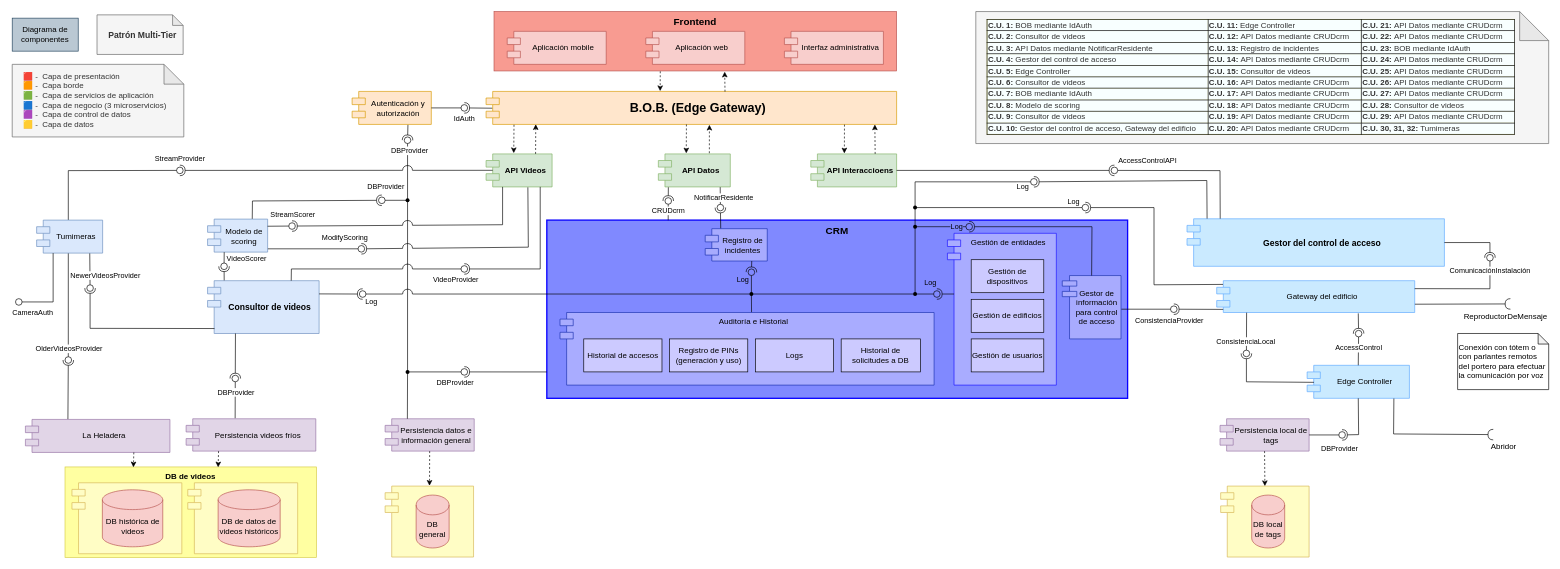
The draw.io diagram Documentación de la arquitectura/Diagramas/Editables-drawio/Diagrama-de-componentes - con tumimeras.drawio in LIMoreno04/Caso-de-estudio---WolfSys---Arquitectura, before the edit. Source tidied: cells renumbered, new cells numbered last; positions are measured from the earlier drawing's top-left corner, leaving out a move shared by most shapes. Both pictures are drawn from the tidied source at 66%, with x=0, y=0 at pixel (12, 11).
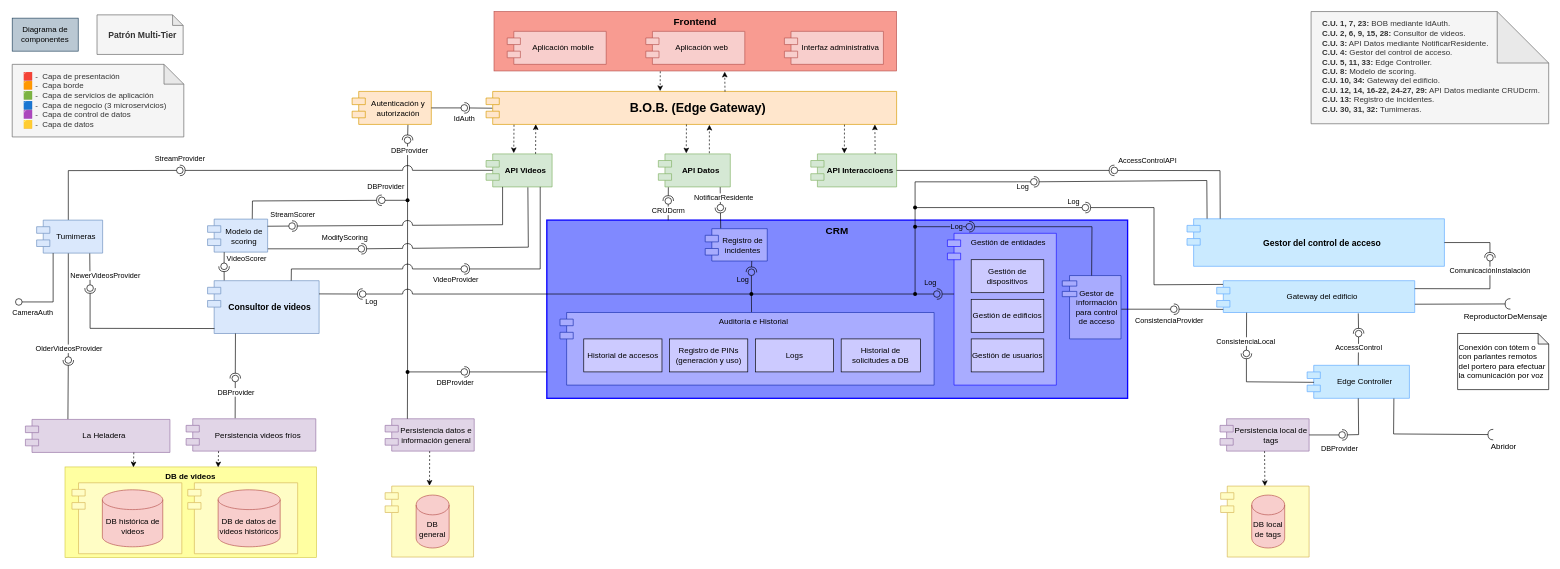
Above is the later version.

Commit message (it also covers changes not shown here):
simplificada la tabla de c.u.s en diagrama de componentes.

What changed in the source:
```diff
@@
-    <mxCell id="113" value="&lt;table style=&quot;border: 1px solid rgb(0, 0, 0); border-collapse: collapse; background-color: rgb(255, 255, 153);&quot; border=&quot;1&quot;&gt;&lt;tbody&gt;&lt;tr&gt;&lt;td style=&quot;border-collapse: collapse; border-color: rgb(0, 0, 0); background-color: light-dark(rgb(248, 255, 255), rgb(31, 31, 0));&quot; border=&quot;1&quot;&gt;&lt;span style=&quot;&quot;&gt;&lt;b style=&quot;&quot;&gt;C.U. 1&lt;span style=&quot;&quot;&gt;:&lt;/span&gt;&lt;/b&gt;&lt;span style=&quot;&quot;&gt;&amp;nbsp;BOB mediante IdAuth&lt;/span&gt;&lt;/span&gt;&lt;/td&gt;&lt;td style=&quot;background-color: light-dark(rgb(248, 255, 255), rgb(31, 31, 0));&quot;&gt;&lt;span style=&quot;&quot;&gt;&lt;b style=&quot;&quot;&gt;C.U. 11:&lt;/b&gt;&lt;span&gt;&amp;nbsp;Edge Controller&lt;/span&gt;&lt;/span&gt;&lt;/td&gt;&lt;td style=&quot;background-color: light-dark(rgb(248, 255, 255), rgb(31, 31, 0));&quot;&gt;&lt;span style=&quot;&quot;&gt;&lt;span&gt;&lt;b style=&quot;&quot;&gt;C.U&lt;span style=&quot;&quot;&gt;. 21:&amp;nbsp;&lt;/span&gt;&lt;/b&gt;&lt;span&gt;API Datos mediante CRUDc&lt;/span&gt;&lt;span style=&quot;&quot;&gt;r&lt;/span&gt;m&amp;nbsp; &lt;/span&gt;&amp;nbsp; &amp;nbsp;&lt;/span&gt;&lt;/td&gt;&lt;/tr&gt;&lt;tr&gt;&lt;td style=&quot;background-color: light-dark(rgb(248, 255, 255), rgb(31, 31, 0));&quot;&gt;&lt;span style=&quot;&quot;&gt;&lt;b&gt;C.U. 2:&lt;/b&gt;&amp;nbsp;Consultor de videos&lt;/span&gt;&lt;/td&gt;&lt;td style=&quot;background-color: light-dark(rgb(248, 255, 255), rgb(31, 31, 0));&quot;&gt;&lt;span style=&quot;&quot;&gt;&lt;b&gt;C.U. 12:&lt;/b&gt;&lt;span&gt;&amp;nbsp;&lt;/span&gt;&lt;span&gt;API Datos mediante CRUDcrm&amp;nbsp; &amp;nbsp; &amp;nbsp;&lt;/span&gt;&lt;/span&gt;&lt;/td&gt;&lt;td style=&quot;background-color: light-dark(rgb(248, 255, 255), rgb(31, 31, 0));&quot;&gt;&lt;span style=&quot;&quot;&gt;&lt;b style=&quot;&quot;&gt;C.U. 22:&lt;/b&gt;&amp;nbsp;&lt;span&gt;API Datos mediante CRUDcrm&lt;/span&gt;&lt;/span&gt;&lt;/td&gt;&lt;/tr&gt;&lt;tr&gt;&lt;td style=&quot;background-color: light-dark(rgb(248, 255, 255), rgb(31, 31, 0));&quot;&gt;&lt;span style=&quot;&quot;&gt;&lt;b&gt;C.U. 3:&lt;/b&gt;&amp;nbsp;API Datos mediante &lt;span&gt;NotificarResidente&lt;/span&gt;&lt;/span&gt;&lt;/td&gt;&lt;td style=&quot;background-color: light-dark(rgb(248, 255, 255), rgb(31, 31, 0));&quot;&gt;&lt;span style=&quot;&quot;&gt;&lt;b&gt;C.U. 13:&lt;/b&gt;&lt;span&gt;&amp;nbsp;Registro de incidentes&lt;/span&gt;&lt;/span&gt;&lt;/td&gt;&lt;td style=&quot;background-color: light-dark(rgb(248, 255, 255), rgb(31, 31, 0));&quot;&gt;&lt;span style=&quot;&quot;&gt;&lt;b style=&quot;&quot;&gt;C.U. 23:&lt;/b&gt;&amp;nbsp;&lt;span&gt;BOB mediante IdAuth&lt;/span&gt;&lt;/span&gt;&lt;/td&gt;&lt;/tr&gt;&lt;tr&gt;&lt;td style=&quot;background-color: light-dark(rgb(248, 255, 255), rgb(31, 31, 0));&quot;&gt;&lt;span style=&quot;&quot;&gt;&lt;b&gt;C.U. 4:&lt;/b&gt;&amp;nbsp;Gestor del control de acceso&lt;/span&gt;&lt;/td&gt;&lt;td style=&quot;border-collapse: collapse; background-color: light-dark(rgb(248, 255, 255), rgb(31, 31, 0));&quot; border=&quot;1&quot;&gt;&lt;span style=&quot;&quot;&gt;&lt;b&gt;C.U. 14:&lt;/b&gt;&lt;span&gt;&amp;nbsp;API Datos mediante CRUDcrm&lt;/span&gt;&lt;/span&gt;&lt;/td&gt;&lt;td style=&quot;background-color: light-dark(rgb(248, 255, 255), rgb(31, 31, 0));&quot;&gt;&lt;span style=&quot;&quot;&gt;&lt;b style=&quot;&quot;&gt;C.U. 24:&lt;/b&gt;&amp;nbsp;&lt;span&gt;API Datos mediante CRUDcrm&lt;/span&gt;&lt;/span&gt;&lt;/td&gt;&lt;/tr&gt;&lt;tr&gt;&lt;td style=&quot;background-color: light-dark(rgb(248, 255, 255), rgb(31, 31, 0));&quot;&gt;&lt;span style=&quot;&quot;&gt;&lt;b&gt;C.U. 5:&lt;/b&gt;&amp;nbsp;Edge Controller&lt;/span&gt;&lt;/td&gt;&lt;td style=&quot;background-color: light-dark(rgb(248, 255, 255), rgb(31, 31, 0));&quot;&gt;&lt;span style=&quot;&quot;&gt;&lt;b&gt;C.U. 15:&lt;/b&gt;&lt;span&gt;&amp;nbsp;Consultor de videos&lt;/span&gt;&lt;/span&gt;&lt;/td&gt;&lt;td style=&quot;background-color: light-dark(rgb(248, 255, 255), rgb(31, 31, 0));&quot;&gt;&lt;span style=&quot;&quot;&gt;&lt;b style=&quot;&quot;&gt;C.U. 25:&lt;/b&gt;&amp;nbsp;&lt;span&gt;API Datos mediante CRUDcrm&lt;/span&gt;&lt;/span&gt;&lt;/td&gt;&lt;/tr&gt;&lt;tr&gt;&lt;td style=&quot;background-color: light-dark(rgb(248, 255, 255), rgb(31, 31, 0));&quot;&gt;&lt;span style=&quot;&quot;&gt;&lt;b&gt;C.U. 6:&lt;/b&gt;&amp;nbsp;Consultor de videos&lt;/span&gt;&lt;/td&gt;&lt;td style=&quot;background-color: light-dark(rgb(248, 255, 255), rgb(31, 31, 0));&quot;&gt;&lt;span style=&quot;&quot;&gt;&lt;b&gt;C.U. 16:&lt;/b&gt;&lt;span&gt;&amp;nbsp;API Datos mediante CRUDcrm&lt;/span&gt;&lt;/span&gt;&lt;/td&gt;&lt;td style=&quot;background-color: light-dark(rgb(248, 255, 255), rgb(31, 31, 0));&quot;&gt;&lt;span style=&quot;&quot;&gt;&lt;b style=&quot;&quot;&gt;C.U. 26:&lt;/b&gt;&amp;nbsp;&lt;span&gt;API Datos mediante CRUDcrm&lt;/span&gt;&lt;/span&gt;&lt;/td&gt;&lt;/tr&gt;&lt;tr&gt;&lt;td style=&quot;background-color: light-dark(rgb(248, 255, 255), rgb(31, 31, 0));&quot;&gt;&lt;span style=&quot;&quot;&gt;&lt;b&gt;C.U. 7:&lt;/b&gt;&amp;nbsp;&lt;span&gt;BOB mediante IdAuth&lt;/span&gt;&lt;/span&gt;&lt;/td&gt;&lt;td style=&quot;background-color: light-dark(rgb(248, 255, 255), rgb(31, 31, 0));&quot;&gt;&lt;span style=&quot;&quot;&gt;&lt;b&gt;C.U. 17:&lt;/b&gt;&lt;span&gt;&amp;nbsp;API Datos mediante CRUDcrm&lt;/span&gt;&lt;/span&gt;&lt;/td&gt;&lt;td style=&quot;background-color: light-dark(rgb(248, 255, 255), rgb(31, 31, 0));&quot;&gt;&lt;span style=&quot;&quot;&gt;&lt;b style=&quot;&quot;&gt;C.U. 27:&lt;/b&gt;&amp;nbsp;&lt;span&gt;API Datos mediante CRUDcrm&lt;/span&gt;&lt;/span&gt;&lt;/td&gt;&lt;/tr&gt;&lt;tr&gt;&lt;td style=&quot;background-color: light-dark(rgb(248, 255, 255), rgb(31, 31, 0));&quot;&gt;&lt;span style=&quot;&quot;&gt;&lt;b&gt;C.U. 8:&lt;/b&gt;&amp;nbsp;Modelo de scoring&lt;/span&gt;&lt;/td&gt;&lt;td style=&quot;background-color: light-dark(rgb(248, 255, 255), rgb(31, 31, 0));&quot;&gt;&lt;span style=&quot;&quot;&gt;&lt;b&gt;C.U. 18:&lt;/b&gt;&lt;span&gt;&amp;nbsp;&lt;/span&gt;&lt;span&gt;API Datos mediante CRUDcrm&lt;/span&gt;&lt;/span&gt;&lt;/td&gt;&lt;td style=&quot;background-color: light-dark(rgb(248, 255, 255), rgb(31, 31, 0));&quot;&gt;&lt;span style=&quot;&quot;&gt;&lt;b style=&quot;&quot;&gt;C.U. 28:&lt;/b&gt;&amp;nbsp;Consultor de videos&lt;/span&gt;&lt;/td&gt;&lt;/tr&gt;&lt;tr&gt;&lt;td style=&quot;background-color: light-dark(rgb(248, 255, 255), rgb(31, 31, 0));&quot;&gt;&lt;span style=&quot;&quot;&gt;&lt;b&gt;C.U. 9:&lt;/b&gt;&amp;nbsp;Consultor de videos&lt;/span&gt;&lt;/td&gt;&lt;td style=&quot;background-color: light-dark(rgb(248, 255, 255), rgb(31, 31, 0));&quot;&gt;&lt;span style=&quot;&quot;&gt;&lt;b&gt;C.U. 19:&lt;/b&gt;&lt;span&gt;&amp;nbsp;&lt;/span&gt;&lt;span&gt;API Datos mediante CRUDcrm&lt;/span&gt;&lt;/span&gt;&lt;/td&gt;&lt;td style=&quot;background-color: light-dark(rgb(248, 255, 255), rgb(31, 31, 0));&quot;&gt;&lt;span style=&quot;&quot;&gt;&lt;b style=&quot;&quot;&gt;C.U. 29:&lt;/b&gt;&amp;nbsp;&lt;span&gt;API Datos mediante CRUDcrm&lt;/span&gt;&lt;/span&gt;&lt;/td&gt;&lt;/tr&gt;&lt;tr&gt;&lt;td style=&quot;background-color: light-dark(rgb(248, 255, 255), rgb(31, 31, 0));&quot;&gt;&lt;span style=&quot;&quot;&gt;&lt;b&gt;C.U. 10:&lt;/b&gt;&amp;nbsp;Gestor del control de acceso, Gateway del edificio&amp;nbsp; &amp;nbsp; &amp;nbsp;&lt;/span&gt;&lt;/td&gt;&lt;td style=&quot;background-color: light-dark(rgb(248, 255, 255), rgb(31, 31, 0));&quot;&gt;&lt;span style=&quot;&quot;&gt;&lt;b&gt;C.U. 20:&lt;/b&gt;&lt;span&gt;&amp;nbsp;&lt;/span&gt;&lt;span&gt;API Datos mediante CRUDcrm&lt;/span&gt;&lt;/span&gt;&lt;/td&gt;&lt;td style=&quot;background-color: light-dark(rgb(248, 255, 255), rgb(31, 31, 0));&quot;&gt;&lt;span style=&quot;&quot;&gt;&lt;b style=&quot;&quot;&gt;C.U. 30, 31, 32:&lt;/b&gt;&amp;nbsp;Tumimeras&lt;/span&gt;&lt;/td&gt;&lt;/tr&gt;&lt;/tbody&gt;&lt;/table&gt;" style="shape=note;whiteSpace=wrap;html=1;backgroundOutline=1;darkOpacity=0.05;align=left;verticalAlign=top;spacing=7;spacingLeft=10;fillColor=#f5f5f5;fontColor=#333333;strokeColor=#666666;size=44;" parent="1" vertex="1">
-      <mxGeometry x="1460" width="868" height="200" as="geometry" />
-    </mxCell>
@@
+    <mxCell id="192" value="&lt;div&gt;&lt;b&gt;C.U. 1, 7, 23:&lt;/b&gt; BOB mediante IdAuth.&lt;/div&gt;&lt;div&gt;&lt;b&gt;C.U. 2, 6, 9, 15, 28:&lt;/b&gt; Consultor de videos.&lt;/div&gt;&lt;div&gt;&lt;b&gt;C.U. 3:&lt;/b&gt; API Datos mediante NotificarResidente.&lt;/div&gt;&lt;div&gt;&lt;b&gt;C.U. 4:&lt;/b&gt; Gestor del control de acceso.&lt;/div&gt;&lt;div&gt;&lt;b&gt;C.U. 5, 11, 33:&lt;/b&gt; Edge Controller.&lt;/div&gt;&lt;div&gt;&lt;b&gt;C.U. 8:&lt;/b&gt; Modelo de scoring.&lt;/div&gt;&lt;div&gt;&lt;b&gt;C.U. 10, 34:&lt;/b&gt; Gateway del edificio.&lt;/div&gt;&lt;div&gt;&lt;b&gt;C.U. 12, 14, 16-22, 24-27, 29:&lt;/b&gt; API Datos mediante CRUDcrm.&lt;/div&gt;&lt;div&gt;&lt;b&gt;C.U. 13:&lt;/b&gt; Registro de incidentes.&lt;/div&gt;&lt;div&gt;&lt;b&gt;C.U. 30, 31, 32:&lt;/b&gt; Tumimeras.&lt;/div&gt;" style="shape=note;whiteSpace=wrap;html=1;backgroundOutline=1;darkOpacity=0.05;align=left;verticalAlign=top;spacing=7;spacingLeft=10;fillColor=#f5f5f5;fontColor=#333333;strokeColor=#666666;size=78;" parent="1" vertex="1">
+      <mxGeometry x="1968" width="360" height="170" as="geometry" />
+    </mxCell>
```
